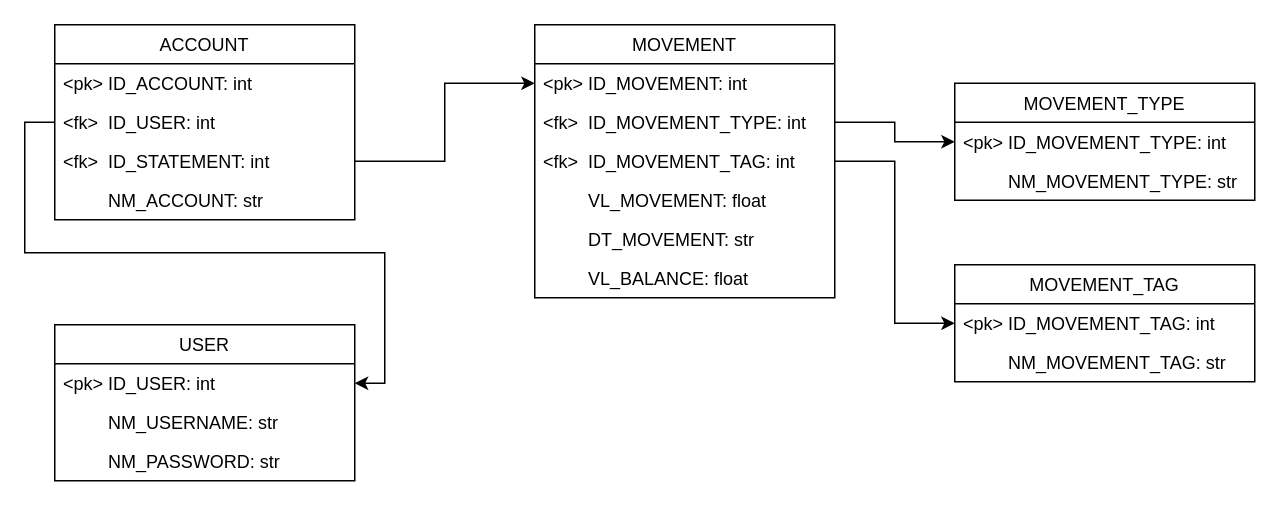
Earlier version of the draw.io diagram backend/core/database/schema.drawio (senavs/ctrl-finances). Source tidied: cells renumbered, new cells numbered last; positions are measured from the earlier drawing's top-left corner, leaving out a move shared by most shapes. Both pictures are drawn from the tidied source at 150%, with x=0, y=0 at pixel (54, 24).
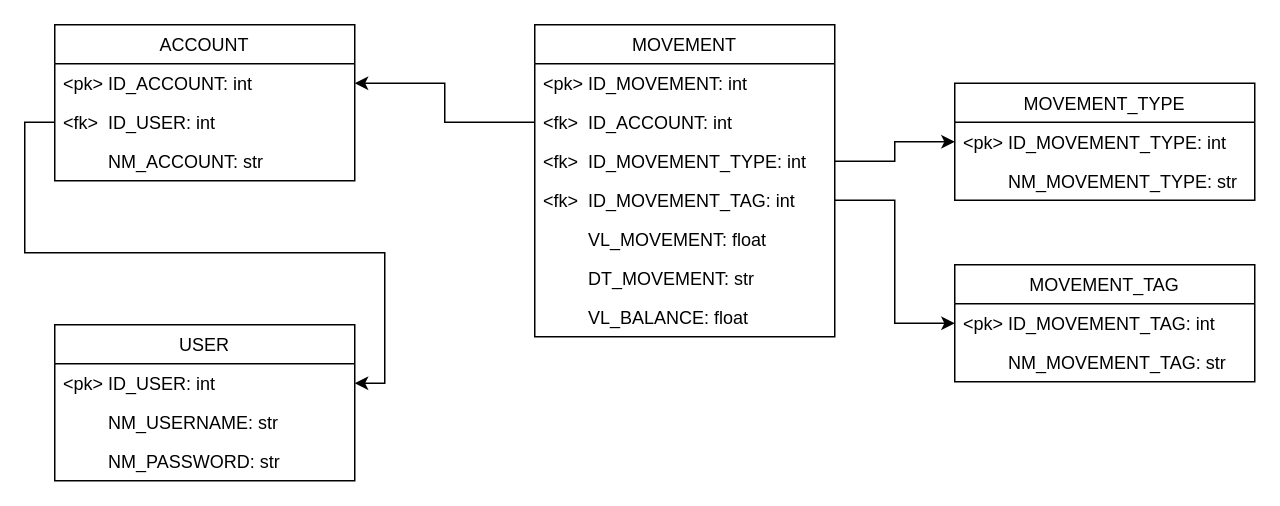
The same page after the edit.

Commit message (it also covers changes not shown here):
database schema - change fk from account to statemente table (fk is now in STATEMENT table)

Unchanged cells that the change refers to:
```xml
<mxCell id="7" value="&lt;pk&gt; ID_ACCOUNT: int" style="text;strokeColor=none;fillColor=none;align=left;verticalAlign=top;spacingLeft=4;spacingRight=4;overflow=hidden;points=[[0,0.5],[1,0.5]];portConstraint=eastwest;" parent="6" vertex="1">
  <mxGeometry y="26" width="200" height="26" as="geometry" />
</mxCell>
<mxCell id="12" value="&lt;pk&gt; ID_MOVEMENT: int" style="text;strokeColor=none;fillColor=none;align=left;verticalAlign=top;spacingLeft=4;spacingRight=4;overflow=hidden;points=[[0,0.5],[1,0.5]];portConstraint=eastwest;" parent="11" vertex="1">
  <mxGeometry y="26" width="200" height="26" as="geometry" />
</mxCell>
```

What changed in the source:
```diff
@@
     <mxCell id="6" value="ACCOUNT" style="swimlane;fontStyle=0;horizontal=1;startSize=26;fillColor=none;" parent="1" vertex="1">
-      <mxGeometry width="200" height="130" as="geometry" />
+      <mxGeometry width="200" height="104" as="geometry" />
     </mxCell>
@@
-    <mxCell id="9" value="&lt;fk&gt;  ID_STATEMENT: int" style="text;strokeColor=none;fillColor=none;align=left;verticalAlign=top;spacingLeft=4;spacingRight=4;overflow=hidden;points=[[0,0.5],[1,0.5]];portConstraint=eastwest;" parent="6" vertex="1">
-      <mxGeometry y="78" width="200" height="26" as="geometry" />
-    </mxCell>
     <mxCell id="10" value="         NM_ACCOUNT: str" style="text;strokeColor=none;fillColor=none;align=left;verticalAlign=top;spacingLeft=4;spacingRight=4;overflow=hidden;" parent="6" vertex="1">
-      <mxGeometry y="104" width="200" height="26" as="geometry" />
+      <mxGeometry y="78" width="200" height="26" as="geometry" />
     </mxCell>
     <mxCell id="11" value="MOVEMENT" style="swimlane;fontStyle=0;horizontal=1;startSize=26;fillColor=none;" parent="1" vertex="1">
-      <mxGeometry x="320" width="200" height="182" as="geometry" />
+      <mxGeometry x="320" width="200" height="208" as="geometry" />
     </mxCell>
@@
+    <mxCell id="28" value="&lt;fk&gt;  ID_ACCOUNT: int" style="text;strokeColor=none;fillColor=none;align=left;verticalAlign=top;spacingLeft=4;spacingRight=4;overflow=hidden;points=[[0,0.5],[1,0.5]];portConstraint=eastwest;" parent="11" vertex="1">
+      <mxGeometry y="52" width="200" height="26" as="geometry" />
+    </mxCell>
     <mxCell id="13" value="&lt;fk&gt;  ID_MOVEMENT_TYPE: int" style="text;strokeColor=none;fillColor=none;align=left;verticalAlign=top;spacingLeft=4;spacingRight=4;overflow=hidden;points=[[0,0.5],[1,0.5]];portConstraint=eastwest;" parent="11" vertex="1">
-      <mxGeometry y="52" width="200" height="26" as="geometry" />
+      <mxGeometry y="78" width="200" height="26" as="geometry" />
     </mxCell>
     <mxCell id="14" value="&lt;fk&gt;  ID_MOVEMENT_TAG: int" style="text;strokeColor=none;fillColor=none;align=left;verticalAlign=top;spacingLeft=4;spacingRight=4;overflow=hidden;points=[[0,0.5],[1,0.5]];portConstraint=eastwest;" parent="11" vertex="1">
-      <mxGeometry y="78" width="200" height="26" as="geometry" />
+      <mxGeometry y="104" width="200" height="26" as="geometry" />
     </mxCell>
     <mxCell id="15" value="         VL_MOVEMENT: float" style="text;strokeColor=none;fillColor=none;align=left;verticalAlign=top;spacingLeft=4;spacingRight=4;overflow=hidden;" parent="11" vertex="1">
-      <mxGeometry y="104" width="200" height="26" as="geometry" />
+      <mxGeometry y="130" width="200" height="26" as="geometry" />
     </mxCell>
     <mxCell id="16" value="         DT_MOVEMENT: str" style="text;strokeColor=none;fillColor=none;align=left;verticalAlign=top;spacingLeft=4;spacingRight=4;overflow=hidden;" parent="11" vertex="1">
-      <mxGeometry y="130" width="200" height="26" as="geometry" />
+      <mxGeometry y="156" width="200" height="26" as="geometry" />
     </mxCell>
     <mxCell id="17" value="         VL_BALANCE: float" style="text;strokeColor=none;fillColor=none;align=left;verticalAlign=top;spacingLeft=4;spacingRight=4;overflow=hidden;" parent="11" vertex="1">
-      <mxGeometry y="156" width="200" height="26" as="geometry" />
+      <mxGeometry y="182" width="200" height="26" as="geometry" />
     </mxCell>
-    <mxCell id="18" style="edgeStyle=orthogonalEdgeStyle;rounded=0;jettySize=auto;html=1;entryX=0;entryY=0.5;entryDx=0;entryDy=0;" parent="1" edge="1" source="9" target="12">
-      <mxGeometry relative="1" as="geometry" />
-    </mxCell>
@@
+    <mxCell id="29" style="edgeStyle=orthogonalEdgeStyle;rounded=0;jettySize=auto;html=1;entryX=1;entryY=0.5;entryDx=0;entryDy=0;" parent="1" edge="1" source="28" target="7">
+      <mxGeometry relative="1" as="geometry" />
+    </mxCell>
```
